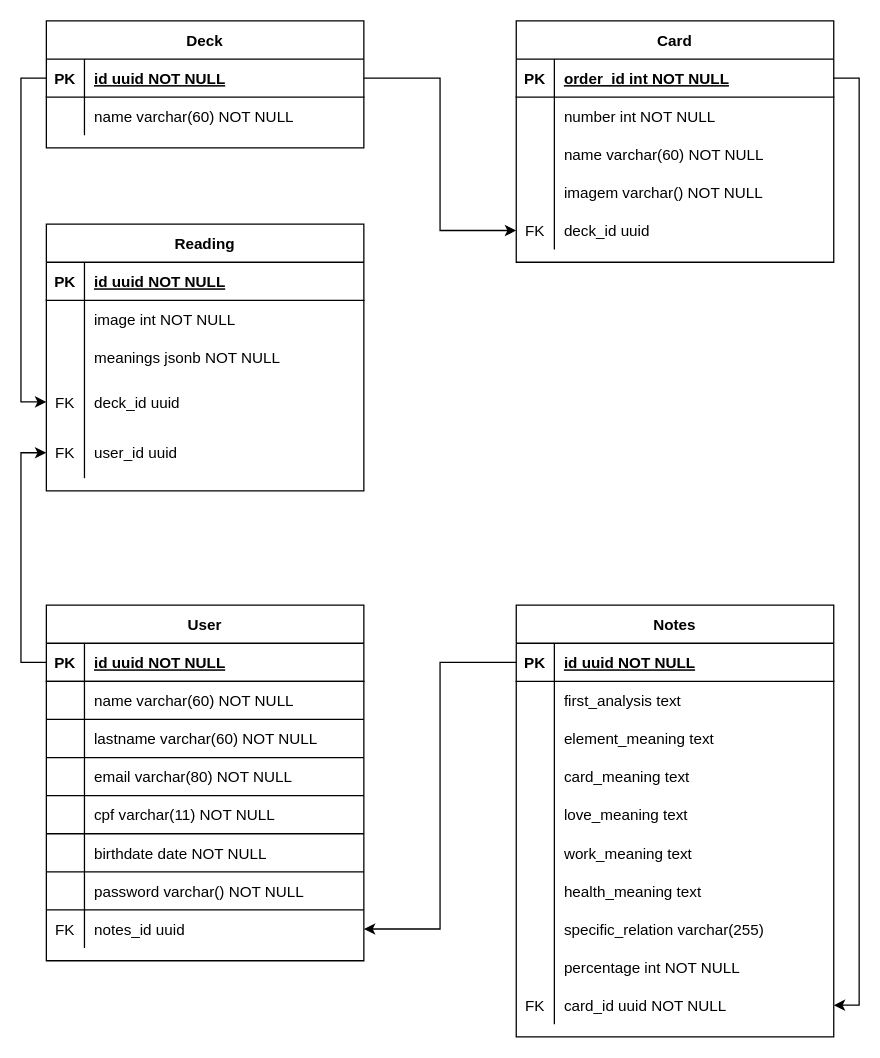
Above: database-diagram.drawio in LiviaDevolder/learn-tarot (draw.io), before the change. Source tidied: cells renumbered, new cells numbered last; positions are measured from the earlier drawing's top-left corner, leaving out a move shared by most shapes. Both pictures are drawn from the tidied source at 127%, with x=0, y=0 at pixel (46, 20).
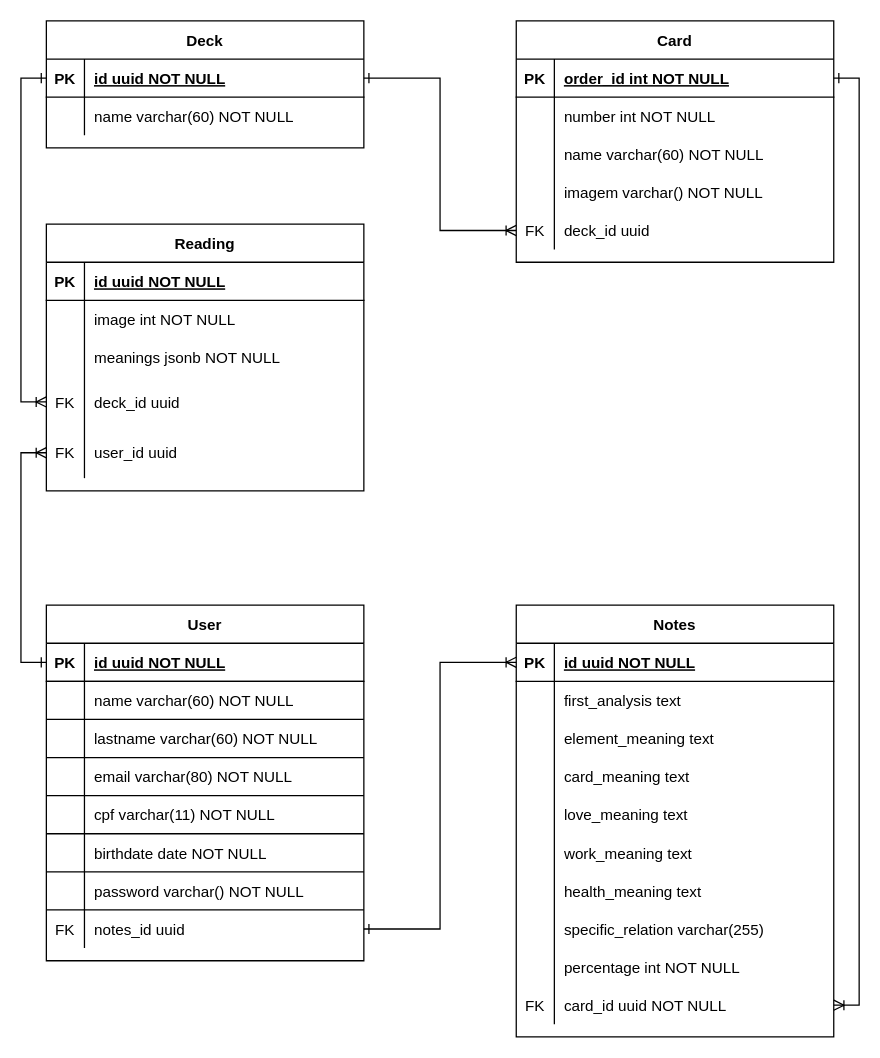
After the change.

The change refers to these unchanged cells:
```xml
<mxCell id="3" style="shape=partialRectangle;fillColor=none;points=[[0,0.5],[1,0.5]];portConstraint=eastwest;top=0;left=0;right=0;bottom=1;" parent="2" vertex="1">
  <mxGeometry y="30" width="250" height="30" as="geometry" />
</mxCell>
<mxCell id="15" style="shape=partialRectangle;fillColor=none;points=[[0,0.5],[1,0.5]];portConstraint=eastwest;top=0;left=0;right=0;bottom=0;" parent="2" vertex="1">
  <mxGeometry y="150" width="250" height="30" as="geometry" />
</mxCell>
<mxCell id="19" style="shape=partialRectangle;fillColor=none;points=[[0,0.5],[1,0.5]];portConstraint=eastwest;top=0;left=0;right=0;bottom=1;" parent="18" vertex="1">
  <mxGeometry y="30" width="250" height="30" as="geometry" />
</mxCell>
<mxCell id="26" style="shape=partialRectangle;fillColor=none;points=[[0,0.5],[1,0.5]];portConstraint=eastwest;top=0;left=0;right=0;bottom=1;" parent="25" vertex="1">
  <mxGeometry y="30" width="250" height="30" as="geometry" />
</mxCell>
<mxCell id="47" style="shape=partialRectangle;fillColor=none;points=[[0,0.5],[1,0.5]];portConstraint=eastwest;top=0;left=0;right=0;bottom=0;" parent="25" vertex="1">
  <mxGeometry y="240" width="250" height="30" as="geometry" />
</mxCell>
<mxCell id="51" style="shape=partialRectangle;fillColor=none;points=[[0,0.5],[1,0.5]];portConstraint=eastwest;top=0;left=0;right=0;bottom=1;" parent="50" vertex="1">
  <mxGeometry y="30" width="250" height="30" as="geometry" />
</mxCell>
<mxCell id="78" style="shape=partialRectangle;fillColor=none;points=[[0,0.5],[1,0.5]];portConstraint=eastwest;top=0;left=0;right=0;bottom=0;" parent="50" vertex="1">
  <mxGeometry y="300" width="250" height="30" as="geometry" />
</mxCell>
<mxCell id="91" style="shape=partialRectangle;fillColor=none;points=[[0,0.5],[1,0.5]];portConstraint=eastwest;top=0;left=0;right=0;bottom=0;" parent="81" vertex="1">
  <mxGeometry y="120" width="250" height="40" as="geometry" />
</mxCell>
<mxCell id="94" style="shape=partialRectangle;fillColor=none;points=[[0,0.5],[1,0.5]];portConstraint=eastwest;top=0;left=0;right=0;bottom=0;" parent="81" vertex="1">
  <mxGeometry y="160" width="250" height="40" as="geometry" />
</mxCell>
```

What changed in the source:
```diff
@@
-    <mxCell id="97" style="edgeStyle=orthogonalEdgeStyle;rounded=0;jettySize=auto;html=1;exitX=1;exitY=0.5;exitDx=0;exitDy=0;entryX=0;entryY=0.5;entryDx=0;entryDy=0;" parent="1" edge="1" source="19" target="15">
+    <mxCell id="97" style="edgeStyle=orthogonalEdgeStyle;rounded=0;jettySize=auto;html=1;exitX=1;exitY=0.5;exitDx=0;exitDy=0;entryX=0;entryY=0.5;entryDx=0;entryDy=0;startArrow=ERone;startFill=0;endArrow=ERoneToMany;endFill=0;" parent="1" edge="1" source="19" target="15">
       <mxGeometry relative="1" as="geometry" />
     </mxCell>
-    <mxCell id="98" style="edgeStyle=orthogonalEdgeStyle;rounded=0;jettySize=auto;html=1;exitX=1;exitY=0.5;exitDx=0;exitDy=0;entryX=1;entryY=0.5;entryDx=0;entryDy=0;" parent="1" edge="1" source="3" target="78">
+    <mxCell id="98" style="edgeStyle=orthogonalEdgeStyle;rounded=0;jettySize=auto;html=1;exitX=1;exitY=0.5;exitDx=0;exitDy=0;entryX=1;entryY=0.5;entryDx=0;entryDy=0;endArrow=ERoneToMany;endFill=0;startArrow=ERone;startFill=0;" parent="1" edge="1" source="3" target="78">
       <mxGeometry relative="1" as="geometry" />
     </mxCell>
-    <mxCell id="99" style="edgeStyle=orthogonalEdgeStyle;rounded=0;jettySize=auto;html=1;exitX=0;exitY=0.5;exitDx=0;exitDy=0;entryX=1;entryY=0.5;entryDx=0;entryDy=0;" parent="1" edge="1" source="51" target="47">
+    <mxCell id="99" style="edgeStyle=orthogonalEdgeStyle;rounded=0;jettySize=auto;html=1;exitX=0;exitY=0.5;exitDx=0;exitDy=0;entryX=1;entryY=0.5;entryDx=0;entryDy=0;startArrow=ERoneToMany;startFill=0;endArrow=ERone;endFill=0;" parent="1" edge="1" source="51" target="47">
       <mxGeometry relative="1" as="geometry" />
     </mxCell>
-    <mxCell id="100" style="edgeStyle=orthogonalEdgeStyle;rounded=0;jettySize=auto;html=1;exitX=0;exitY=0.5;exitDx=0;exitDy=0;entryX=0;entryY=0.5;entryDx=0;entryDy=0;" parent="1" edge="1" source="26" target="94">
+    <mxCell id="100" style="edgeStyle=orthogonalEdgeStyle;rounded=0;jettySize=auto;html=1;exitX=0;exitY=0.5;exitDx=0;exitDy=0;entryX=0;entryY=0.5;entryDx=0;entryDy=0;startArrow=ERone;startFill=0;endArrow=ERoneToMany;endFill=0;" parent="1" edge="1" source="26" target="94">
       <mxGeometry relative="1" as="geometry" />
     </mxCell>
-    <mxCell id="101" style="edgeStyle=orthogonalEdgeStyle;rounded=0;jettySize=auto;html=1;exitX=0;exitY=0.5;exitDx=0;exitDy=0;entryX=0;entryY=0.5;entryDx=0;entryDy=0;" parent="1" edge="1" source="19" target="91">
+    <mxCell id="101" style="edgeStyle=orthogonalEdgeStyle;rounded=0;jettySize=auto;html=1;exitX=0;exitY=0.5;exitDx=0;exitDy=0;entryX=0;entryY=0.5;entryDx=0;entryDy=0;endArrow=ERoneToMany;endFill=0;startArrow=ERone;startFill=0;" parent="1" edge="1" source="19" target="91">
       <mxGeometry relative="1" as="geometry" />
     </mxCell>
```
